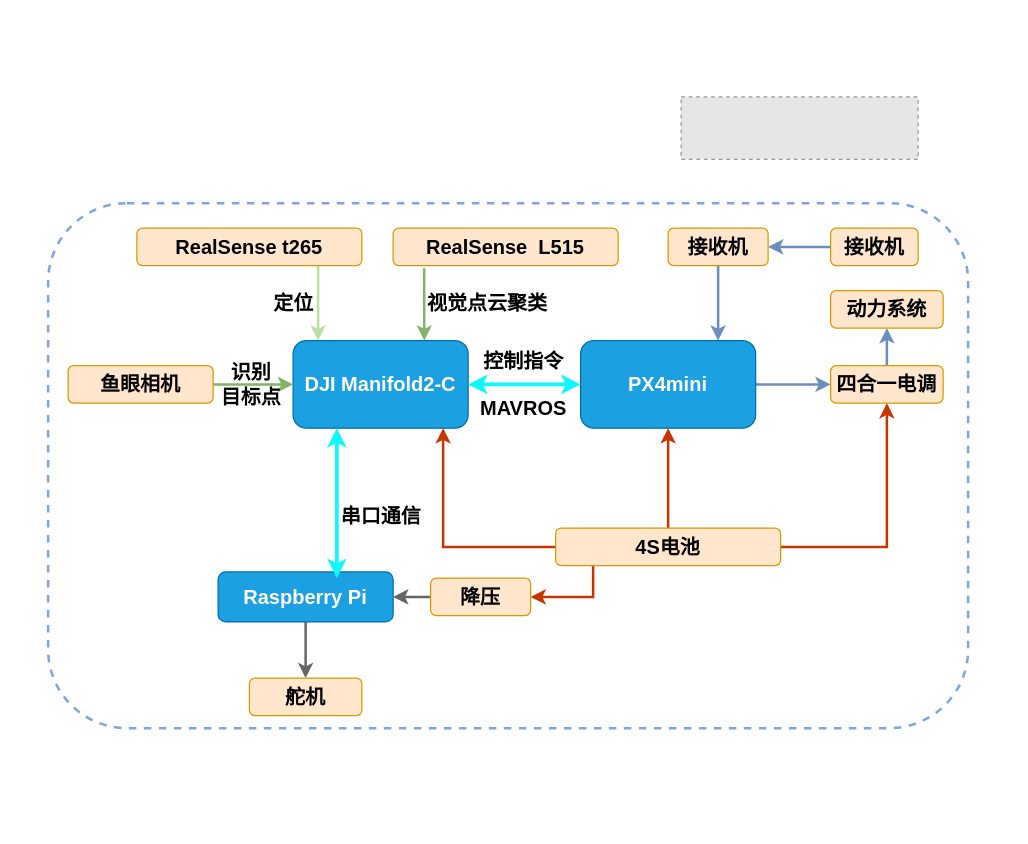
The draw.io diagram UAV_software.drawio in Dem-phi/Everlasting-HA.github.io, before the edit. Source tidied: cells renumbered, new cells numbered last; positions are measured from the earlier drawing's top-left corner, leaving out a move shared by most shapes. Both pictures are drawn from the tidied source at 125%, with x=0, y=0 at pixel (48, 96). Pictures stored in the file or linked from it are replaced by grey dashed boxes.
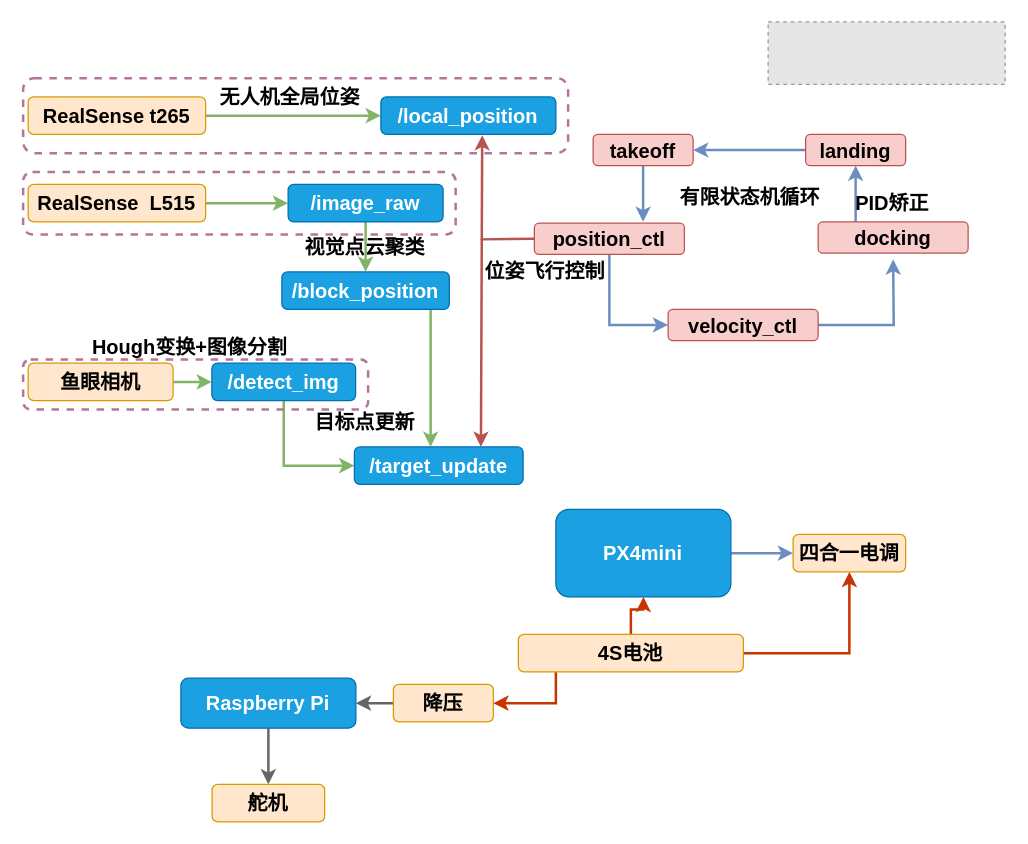
The same diagram, later.

Diff of the diagram source:
```diff
@@
     <mxCell id="2" style="fillColor=#E6E6E6;strokeColor=#999999;dashed=1;verticalLabelPosition=bottom;labelBackgroundColor=default;verticalAlign=top;" parent="1" vertex="1">
-      <mxGeometry x="506.4" width="189.6" height="50" as="geometry" />
+      <mxGeometry x="576" y="-60" width="189.6" height="50" as="geometry" />
     </mxCell>
-    <mxCell id="3" style="rounded=1;whiteSpace=wrap;html=1;fontSize=16;fontColor=#FFFFFF;fillColor=none;gradientColor=#ffffff;dashed=1;strokeWidth=2;strokeColor=#7EA6E0;" parent="1" vertex="1">
-      <mxGeometry y="85" width="736" height="420" as="geometry" />
-    </mxCell>
+    <mxCell id="37" style="edgeStyle=orthogonalEdgeStyle;rounded=0;jettySize=auto;html=1;strokeWidth=2;fillColor=#d5e8d4;strokeColor=#82b366;entryX=0;entryY=0.5;entryDx=0;entryDy=0;" parent="1" edge="1" source="4" target="45">
+      <mxGeometry relative="1" as="geometry" />
+    </mxCell>
-    <mxCell id="4" value="DJI Manifold2-C" style="rounded=1;whiteSpace=wrap;html=1;fillColor=#1ba1e2;strokeColor=#006EAF;horizontal=1;fontSize=16;fontColor=#ffffff;fontStyle=1;" parent="1" vertex="1">
-      <mxGeometry x="196" y="195" width="140" height="70" as="geometry" />
+    <mxCell id="4" value="/detect_img" style="rounded=1;whiteSpace=wrap;html=1;fillColor=#1ba1e2;strokeColor=#006EAF;horizontal=1;fontSize=16;fontColor=#ffffff;fontStyle=1;" parent="1" vertex="1">
+      <mxGeometry x="131" y="213" width="115" height="30" as="geometry" />
     </mxCell>
-    <mxCell id="5" style="edgeStyle=orthogonalEdgeStyle;rounded=0;jettySize=auto;html=1;fontSize=16;fontColor=#FFFFFF;strokeColor=#B9E0A5;strokeWidth=2;" parent="1" edge="1" source="6">
-      <mxGeometry relative="1" as="geometry">
-        <mxPoint x="216" y="195" as="targetPoint" />
-        <Array as="points">
-          <mxPoint x="216" y="195" />
-        </Array>
-      </mxGeometry>
-    </mxCell>
+    <mxCell id="38" style="edgeStyle=orthogonalEdgeStyle;rounded=0;jettySize=auto;html=1;strokeWidth=2;fillColor=#d5e8d4;strokeColor=#82b366;" parent="1" edge="1" source="6" target="40">
+      <mxGeometry relative="1" as="geometry" />
+    </mxCell>
     <mxCell id="6" value="&lt;font color=&quot;#000000&quot;&gt;RealSense t265&lt;/font&gt;" style="rounded=1;whiteSpace=wrap;html=1;fontSize=16;fillColor=#ffe6cc;strokeColor=#d79b00;fontStyle=1;" parent="1" vertex="1">
-      <mxGeometry x="71" y="105" width="180" height="30" as="geometry" />
+      <mxGeometry x="-16" width="142" height="30" as="geometry" />
     </mxCell>
-    <mxCell id="7" style="edgeStyle=orthogonalEdgeStyle;rounded=0;jettySize=auto;html=1;strokeWidth=2;fillColor=#dae8fc;strokeColor=#6c8ebf;" parent="1" edge="1" source="8" target="10">
-      <mxGeometry relative="1" as="geometry">
-        <Array as="points">
-          <mxPoint x="536" y="185" />
-          <mxPoint x="536" y="185" />
-        </Array>
-      </mxGeometry>
-    </mxCell>
-    <mxCell id="8" value="&lt;font color=&quot;#000000&quot;&gt;接收机&lt;/font&gt;" style="rounded=1;whiteSpace=wrap;html=1;fontSize=16;fillColor=#ffe6cc;strokeColor=#d79b00;fontStyle=1;" parent="1" vertex="1">
-      <mxGeometry x="496" y="105" width="80" height="30" as="geometry" />
-    </mxCell>
@@
     <mxCell id="10" value="PX4mini" style="rounded=1;whiteSpace=wrap;html=1;fillColor=#1ba1e2;strokeColor=#006EAF;horizontal=1;fontSize=16;fontColor=#ffffff;fontStyle=1;" parent="1" vertex="1">
-      <mxGeometry x="426" y="195" width="140" height="70" as="geometry" />
+      <mxGeometry x="406.2" y="330" width="140" height="70" as="geometry" />
     </mxCell>
-    <mxCell id="11" style="endArrow=classic;startArrow=classic;html=1;rounded=0;fontSize=16;fontColor=#000000;strokeColor=#0FF7FF;entryX=0;entryY=0.5;entryDx=0;entryDy=0;exitX=1;exitY=0.5;exitDx=0;exitDy=0;spacing=4;strokeWidth=3;" parent="1" edge="1" source="4" target="10">
-      <mxGeometry relative="1" as="geometry" />
-    </mxCell>
-    <mxCell id="12" value="控制指令&lt;br&gt;&lt;br&gt;MAVROS" style="text;html=1;align=center;verticalAlign=middle;fillColor=none;strokeColor=none;rounded=0;dashed=1;fontSize=16;fontColor=#000000;fontStyle=1;" parent="1" vertex="1">
-      <mxGeometry x="340" y="200" width="80" height="60" as="geometry" />
-    </mxCell>
-    <mxCell id="13" style="edgeStyle=orthogonalEdgeStyle;rounded=0;jettySize=auto;html=1;fillColor=#dae8fc;strokeColor=#6c8ebf;strokeWidth=2;" parent="1" edge="1" source="14" target="8">
-      <mxGeometry relative="1" as="geometry" />
-    </mxCell>
-    <mxCell id="14" value="&lt;font color=&quot;#000000&quot;&gt;接收机&lt;/font&gt;" style="rounded=1;whiteSpace=wrap;html=1;fontSize=16;fillColor=#ffe6cc;strokeColor=#d79b00;fontStyle=1;" parent="1" vertex="1">
-      <mxGeometry x="626" y="105" width="70" height="30" as="geometry" />
-    </mxCell>
-    <mxCell id="15" style="edgeStyle=orthogonalEdgeStyle;rounded=0;jettySize=auto;html=1;strokeWidth=2;fillColor=#dae8fc;strokeColor=#6c8ebf;" parent="1" edge="1" source="16" target="17">
-      <mxGeometry relative="1" as="geometry" />
-    </mxCell>
     <mxCell id="16" value="&lt;font color=&quot;#000000&quot;&gt;四合一电调&lt;/font&gt;" style="rounded=1;whiteSpace=wrap;html=1;fontSize=16;fillColor=#ffe6cc;strokeColor=#d79b00;fontStyle=1;" parent="1" vertex="1">
-      <mxGeometry x="626" y="215" width="90" height="30" as="geometry" />
+      <mxGeometry x="596" y="350" width="90" height="30" as="geometry" />
     </mxCell>
-    <mxCell id="17" value="&lt;font color=&quot;#000000&quot;&gt;动力系统&lt;br&gt;&lt;/font&gt;" style="rounded=1;whiteSpace=wrap;html=1;fontSize=16;fillColor=#ffe6cc;strokeColor=#d79b00;fontStyle=1;" parent="1" vertex="1">
-      <mxGeometry x="626" y="155" width="90" height="30" as="geometry" />
-    </mxCell>
@@
-    <mxCell id="20" style="edgeStyle=orthogonalEdgeStyle;rounded=0;jettySize=auto;html=1;strokeWidth=2;fillColor=#fa6800;strokeColor=#C73500;" parent="1" edge="1" source="22" target="4">
-      <mxGeometry relative="1" as="geometry">
-        <Array as="points">
-          <mxPoint x="316" y="360" />
-        </Array>
-      </mxGeometry>
-    </mxCell>
     <mxCell id="21" style="edgeStyle=orthogonalEdgeStyle;rounded=0;jettySize=auto;html=1;entryX=1;entryY=0.5;entryDx=0;entryDy=0;strokeWidth=2;fillColor=#fa6800;strokeColor=#C73500;" parent="1" edge="1" source="22" target="26">
       <mxGeometry relative="1" as="geometry">
         <Array as="points">
-          <mxPoint x="436" y="400" />
+          <mxPoint x="406.2" y="485" />
         </Array>
       </mxGeometry>
     </mxCell>
     <mxCell id="22" value="4S电池" style="rounded=1;whiteSpace=wrap;html=1;fontSize=16;fillColor=#ffe6cc;strokeColor=#d79b00;fontStyle=1;" parent="1" vertex="1">
-      <mxGeometry x="406" y="345" width="180" height="30" as="geometry" />
+      <mxGeometry x="376.2" y="430" width="180" height="30" as="geometry" />
     </mxCell>
-    <mxCell id="23" style="edgeStyle=orthogonalEdgeStyle;rounded=0;jettySize=auto;html=1;strokeWidth=2;entryX=0.75;entryY=0;entryDx=0;entryDy=0;exitX=0.138;exitY=1.073;exitDx=0;exitDy=0;exitPerimeter=0;fillColor=#d5e8d4;strokeColor=#82b366;" parent="1" edge="1" source="24" target="4">
-      <mxGeometry relative="1" as="geometry" />
-    </mxCell>
+    <mxCell id="39" style="edgeStyle=orthogonalEdgeStyle;rounded=0;jettySize=auto;html=1;strokeWidth=2;fillColor=#d5e8d4;strokeColor=#82b366;" parent="1" edge="1" source="24" target="44">
+      <mxGeometry relative="1" as="geometry" />
+    </mxCell>
     <mxCell id="24" value="&lt;font color=&quot;#000000&quot;&gt;RealSense&amp;nbsp; L515&lt;/font&gt;" style="rounded=1;whiteSpace=wrap;html=1;fontSize=16;fillColor=#ffe6cc;strokeColor=#d79b00;fontStyle=1;" parent="1" vertex="1">
-      <mxGeometry x="276" y="105" width="180" height="30" as="geometry" />
+      <mxGeometry x="-16" y="70" width="142" height="30" as="geometry" />
     </mxCell>
@@
     <mxCell id="26" value="降压" style="rounded=1;whiteSpace=wrap;html=1;fontSize=16;fillColor=#ffe6cc;strokeColor=#d79b00;fontStyle=1;" parent="1" vertex="1">
-      <mxGeometry x="306" y="385" width="80" height="30" as="geometry" />
+      <mxGeometry x="276.2" y="470" width="80" height="30" as="geometry" />
     </mxCell>
@@
     <mxCell id="28" value="Raspberry Pi" style="rounded=1;whiteSpace=wrap;html=1;fillColor=#1ba1e2;strokeColor=#006EAF;horizontal=1;fontSize=16;fontColor=#ffffff;fontStyle=1;" parent="1" vertex="1">
-      <mxGeometry x="136" y="380" width="140" height="40" as="geometry" />
+      <mxGeometry x="106.2" y="465" width="140" height="40" as="geometry" />
     </mxCell>
     <mxCell id="29" value="舵机" style="rounded=1;whiteSpace=wrap;html=1;fontSize=16;fillColor=#ffe6cc;strokeColor=#d79b00;fontStyle=1;" parent="1" vertex="1">
-      <mxGeometry x="161" y="465" width="90" height="30" as="geometry" />
+      <mxGeometry x="131.2" y="550" width="90" height="30" as="geometry" />
     </mxCell>
-    <mxCell id="30" style="endArrow=classic;startArrow=classic;html=1;rounded=0;fontSize=16;fontColor=#000000;strokeColor=#0FF7FF;exitX=0.25;exitY=1;exitDx=0;exitDy=0;spacing=4;strokeWidth=3;" parent="1" edge="1" source="4">
-      <mxGeometry relative="1" as="geometry">
-        <mxPoint x="231" y="385" as="targetPoint" />
-      </mxGeometry>
-    </mxCell>
-    <mxCell id="31" value="串口通信" style="text;html=1;align=center;verticalAlign=middle;fillColor=none;strokeColor=none;rounded=0;dashed=1;fontSize=16;fontColor=#000000;fontStyle=1;horizontal=1;" parent="1" vertex="1">
-      <mxGeometry x="226" y="325" width="80" height="20" as="geometry" />
-    </mxCell>
@@
     <mxCell id="33" value="鱼眼相机" style="rounded=1;whiteSpace=wrap;html=1;fontSize=16;fillColor=#ffe6cc;strokeColor=#d79b00;fontStyle=1;" parent="1" vertex="1">
-      <mxGeometry x="16" y="215" width="116" height="30" as="geometry" />
+      <mxGeometry x="-16" y="213" width="116" height="30" as="geometry" />
     </mxCell>
-    <mxCell id="34" value="&lt;b style=&quot;font-size: 16px;&quot;&gt;定位&lt;/b&gt;" style="text;html=1;align=center;verticalAlign=middle;fillColor=none;strokeColor=none;rounded=0;fontSize=16;" parent="1" vertex="1">
-      <mxGeometry x="171" y="155" width="50" height="20" as="geometry" />
-    </mxCell>
     <mxCell id="35" value="&lt;b style=&quot;font-size: 16px&quot;&gt;视觉点云聚类&lt;/b&gt;" style="text;html=1;align=center;verticalAlign=middle;fillColor=none;strokeColor=none;rounded=0;fontSize=16;" parent="1" vertex="1">
-      <mxGeometry x="296" y="155" width="110" height="20" as="geometry" />
+      <mxGeometry x="198" y="110" width="110" height="20" as="geometry" />
     </mxCell>
-    <mxCell id="36" value="&lt;b style=&quot;font-size: 16px&quot;&gt;识别&lt;br&gt;目标点&lt;/b&gt;" style="text;html=1;align=center;verticalAlign=middle;fillColor=none;strokeColor=none;rounded=0;fontSize=16;" parent="1" vertex="1">
-      <mxGeometry x="132" y="210" width="60" height="40" as="geometry" />
-    </mxCell>
+    <mxCell id="40" value="/local_position" style="rounded=1;whiteSpace=wrap;html=1;fillColor=#1ba1e2;strokeColor=#006EAF;horizontal=1;fontSize=16;fontColor=#ffffff;fontStyle=1;" parent="1" vertex="1">
+      <mxGeometry x="266.2" width="140" height="30" as="geometry" />
+    </mxCell>
+    <mxCell id="41" style="edgeStyle=orthogonalEdgeStyle;rounded=0;jettySize=auto;html=1;strokeWidth=2;fillColor=#dae8fc;strokeColor=#6c8ebf;" parent="1" edge="1" source="42">
+      <mxGeometry relative="1" as="geometry">
+        <mxPoint x="476" y="100" as="targetPoint" />
+      </mxGeometry>
+    </mxCell>
+    <mxCell id="42" value="takeoff" style="rounded=1;whiteSpace=wrap;html=1;fillColor=#f8cecc;strokeColor=#b85450;horizontal=1;fontSize=16;fontStyle=1;" parent="1" vertex="1">
+      <mxGeometry x="436" y="30" width="80" height="25" as="geometry" />
+    </mxCell>
+    <mxCell id="43" style="edgeStyle=orthogonalEdgeStyle;rounded=0;jettySize=auto;html=1;strokeWidth=2;fillColor=#d5e8d4;strokeColor=#82b366;" parent="1" edge="1" source="44" target="47">
+      <mxGeometry relative="1" as="geometry" />
+    </mxCell>
+    <mxCell id="44" value="/image_raw" style="rounded=1;whiteSpace=wrap;html=1;fillColor=#1ba1e2;strokeColor=#006EAF;horizontal=1;fontSize=16;fontColor=#ffffff;fontStyle=1;" parent="1" vertex="1">
+      <mxGeometry x="192" y="70" width="124" height="30" as="geometry" />
+    </mxCell>
+    <mxCell id="45" value="/target_update" style="rounded=1;whiteSpace=wrap;html=1;fillColor=#1ba1e2;strokeColor=#006EAF;horizontal=1;fontSize=16;fontColor=#ffffff;fontStyle=1;" parent="1" vertex="1">
+      <mxGeometry x="245" y="280" width="135" height="30" as="geometry" />
+    </mxCell>
+    <mxCell id="46" style="edgeStyle=orthogonalEdgeStyle;rounded=0;orthogonalLoop=1;jettySize=auto;html=1;strokeWidth=2;fillColor=#d5e8d4;strokeColor=#82b366;" parent="1" edge="1">
+      <mxGeometry relative="1" as="geometry">
+        <mxPoint x="306" y="170" as="sourcePoint" />
+        <mxPoint x="306" y="280" as="targetPoint" />
+      </mxGeometry>
+    </mxCell>
+    <mxCell id="47" value="/block_position" style="rounded=1;whiteSpace=wrap;html=1;fillColor=#1ba1e2;strokeColor=#006EAF;horizontal=1;fontSize=16;fontColor=#ffffff;fontStyle=1;" parent="1" vertex="1">
+      <mxGeometry x="187" y="140" width="134" height="30" as="geometry" />
+    </mxCell>
+    <mxCell id="48" value="&lt;b&gt;有限状态机循环&lt;/b&gt;" style="text;html=1;align=center;verticalAlign=middle;fillColor=none;strokeColor=none;rounded=0;fontSize=16;" parent="1" vertex="1">
+      <mxGeometry x="496" y="70" width="130" height="20" as="geometry" />
+    </mxCell>
+    <mxCell id="49" style="edgeStyle=orthogonalEdgeStyle;rounded=0;jettySize=auto;html=1;strokeWidth=2;entryX=0;entryY=0.5;entryDx=0;entryDy=0;fillColor=#dae8fc;strokeColor=#6c8ebf;" parent="1" edge="1" source="50" target="52">
+      <mxGeometry relative="1" as="geometry" />
+    </mxCell>
+    <mxCell id="50" value="position_ctl" style="rounded=1;whiteSpace=wrap;html=1;fillColor=#f8cecc;strokeColor=#b85450;horizontal=1;fontSize=16;fontStyle=1;" parent="1" vertex="1">
+      <mxGeometry x="389" y="101" width="120" height="25" as="geometry" />
+    </mxCell>
+    <mxCell id="51" style="edgeStyle=orthogonalEdgeStyle;rounded=0;jettySize=auto;html=1;strokeWidth=2;fillColor=#dae8fc;strokeColor=#6c8ebf;" parent="1" edge="1" source="52">
+      <mxGeometry relative="1" as="geometry">
+        <mxPoint x="676" y="130" as="targetPoint" />
+      </mxGeometry>
+    </mxCell>
+    <mxCell id="52" value="velocity_ctl" style="rounded=1;whiteSpace=wrap;html=1;fillColor=#f8cecc;strokeColor=#b85450;horizontal=1;fontSize=16;fontStyle=1;" parent="1" vertex="1">
+      <mxGeometry x="496" y="170" width="120" height="25" as="geometry" />
+    </mxCell>
+    <mxCell id="53" style="edgeStyle=orthogonalEdgeStyle;rounded=0;jettySize=auto;html=1;strokeWidth=2;fillColor=#dae8fc;strokeColor=#6c8ebf;exitX=0.25;exitY=0;exitDx=0;exitDy=0;" parent="1" edge="1" source="54" target="56">
+      <mxGeometry relative="1" as="geometry" />
+    </mxCell>
+    <mxCell id="54" value="docking" style="rounded=1;whiteSpace=wrap;html=1;fillColor=#f8cecc;strokeColor=#b85450;horizontal=1;fontSize=16;fontStyle=1;" parent="1" vertex="1">
+      <mxGeometry x="616" y="100" width="120" height="25" as="geometry" />
+    </mxCell>
+    <mxCell id="55" style="edgeStyle=orthogonalEdgeStyle;rounded=0;jettySize=auto;html=1;strokeWidth=2;entryX=1;entryY=0.5;entryDx=0;entryDy=0;fillColor=#dae8fc;strokeColor=#6c8ebf;" parent="1" edge="1" source="56" target="42">
+      <mxGeometry relative="1" as="geometry" />
+    </mxCell>
+    <mxCell id="56" value="landing" style="rounded=1;whiteSpace=wrap;html=1;fillColor=#f8cecc;strokeColor=#b85450;horizontal=1;fontSize=16;fontStyle=1;" parent="1" vertex="1">
+      <mxGeometry x="606" y="30" width="80" height="25" as="geometry" />
+    </mxCell>
+    <mxCell id="57" value="&lt;b&gt;PID矫正&lt;/b&gt;" style="text;html=1;align=center;verticalAlign=middle;fillColor=none;strokeColor=none;rounded=0;fontSize=16;" parent="1" vertex="1">
+      <mxGeometry x="640" y="75" width="70" height="20" as="geometry" />
+    </mxCell>
+    <mxCell id="58" value="&lt;b style=&quot;font-size: 16px&quot;&gt;无人机全局位姿&lt;/b&gt;" style="text;html=1;align=center;verticalAlign=middle;fillColor=none;strokeColor=none;rounded=0;fontSize=16;" parent="1" vertex="1">
+      <mxGeometry x="128.2" y="-10" width="130" height="20" as="geometry" />
+    </mxCell>
+    <mxCell id="59" style="endArrow=classic;startArrow=classic;html=1;rounded=0;strokeWidth=2;exitX=0.75;exitY=0;exitDx=0;exitDy=0;entryX=0.579;entryY=1.02;entryDx=0;entryDy=0;entryPerimeter=0;fillColor=#f8cecc;strokeColor=#b85450;" parent="1" edge="1" source="45" target="40">
+      <mxGeometry relative="1" as="geometry" />
+    </mxCell>
+    <mxCell id="60" value="&lt;b&gt;目标点更新&lt;br&gt;&lt;/b&gt;" style="text;html=1;align=center;verticalAlign=middle;fillColor=none;strokeColor=none;rounded=0;fontSize=16;" parent="1" vertex="1">
+      <mxGeometry x="203" y="250" width="100" height="20" as="geometry" />
+    </mxCell>
+    <mxCell id="61" style="endArrow=none;html=1;rounded=0;strokeWidth=2;entryX=0;entryY=0.5;entryDx=0;entryDy=0;fillColor=#f8cecc;strokeColor=#b85450;" parent="1" edge="1" target="50">
+      <mxGeometry relative="1" as="geometry">
+        <mxPoint x="346" y="114" as="sourcePoint" />
+      </mxGeometry>
+    </mxCell>
+    <mxCell id="62" style="rounded=1;whiteSpace=wrap;html=1;fillColor=none;dashed=1;strokeColor=#B5739D;strokeWidth=2;" parent="1" vertex="1">
+      <mxGeometry x="-20" y="-15" width="436" height="60" as="geometry" />
+    </mxCell>
+    <mxCell id="63" style="rounded=1;whiteSpace=wrap;html=1;fillColor=none;dashed=1;strokeColor=#B5739D;strokeWidth=2;" parent="1" vertex="1">
+      <mxGeometry x="-20" y="60" width="346" height="50" as="geometry" />
+    </mxCell>
+    <mxCell id="64" style="rounded=1;whiteSpace=wrap;html=1;fillColor=none;dashed=1;strokeColor=#B5739D;strokeWidth=2;" parent="1" vertex="1">
+      <mxGeometry x="-20" y="210" width="276" height="40" as="geometry" />
+    </mxCell>
+    <mxCell id="65" value="&lt;b&gt;Hough变换+图像分割&lt;br&gt;&lt;/b&gt;" style="text;html=1;align=center;verticalAlign=middle;fillColor=none;strokeColor=none;rounded=0;fontSize=16;" parent="1" vertex="1">
+      <mxGeometry x="28" y="190" width="170" height="20" as="geometry" />
+    </mxCell>
+    <mxCell id="66" value="&lt;b style=&quot;font-size: 16px&quot;&gt;位姿飞行控制&lt;/b&gt;" style="text;html=1;align=center;verticalAlign=middle;fillColor=none;strokeColor=none;rounded=0;fontSize=16;" parent="1" vertex="1">
+      <mxGeometry x="342" y="129" width="110" height="20" as="geometry" />
+    </mxCell>
```
